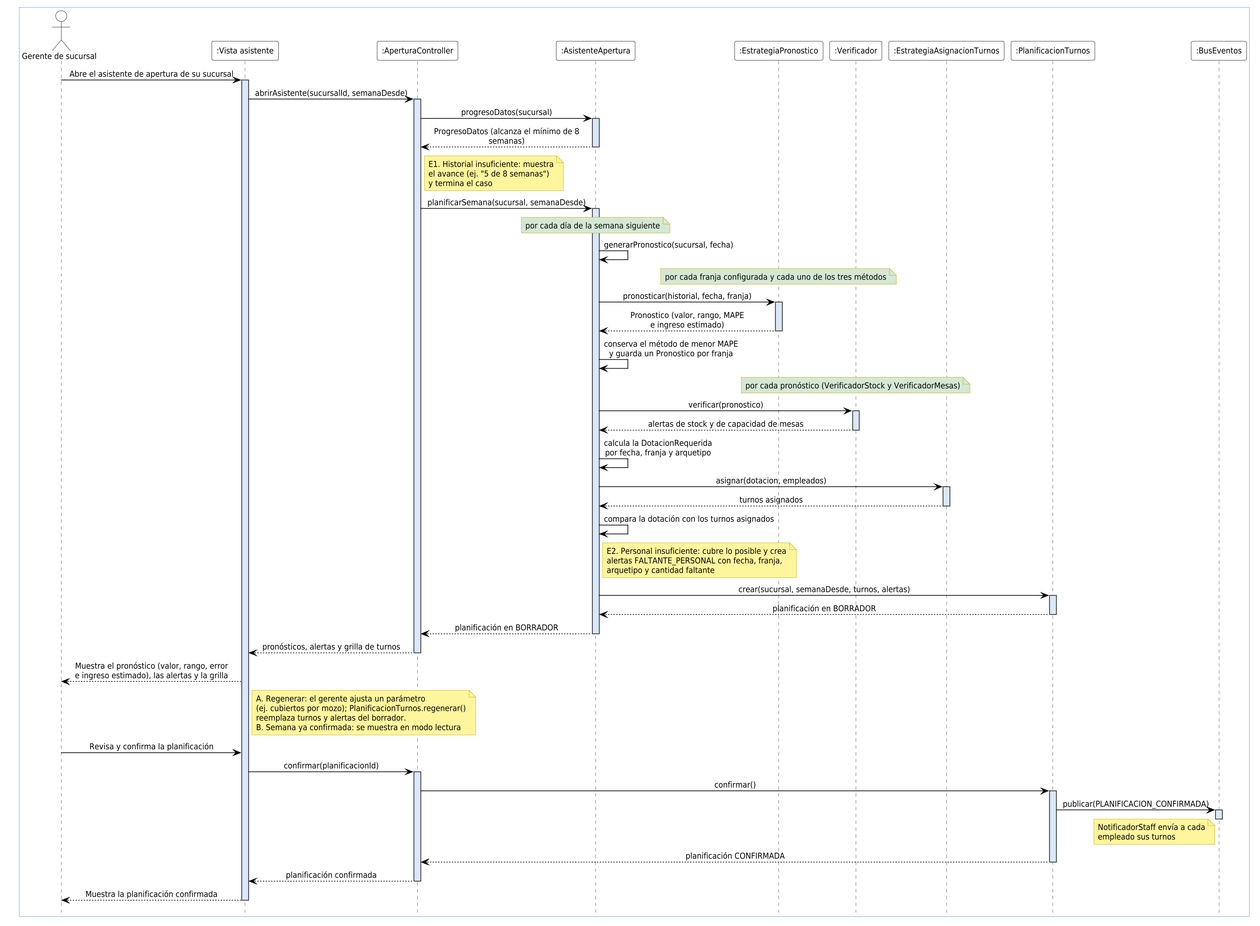
Before: docs/modelos/secuencia/CU-09-consultar-asistente-de-apertura/v1/cu-09-secuencia-v1.png, a diagram exported from PlantUML (GabrielLigresti/TFG-PGIM).
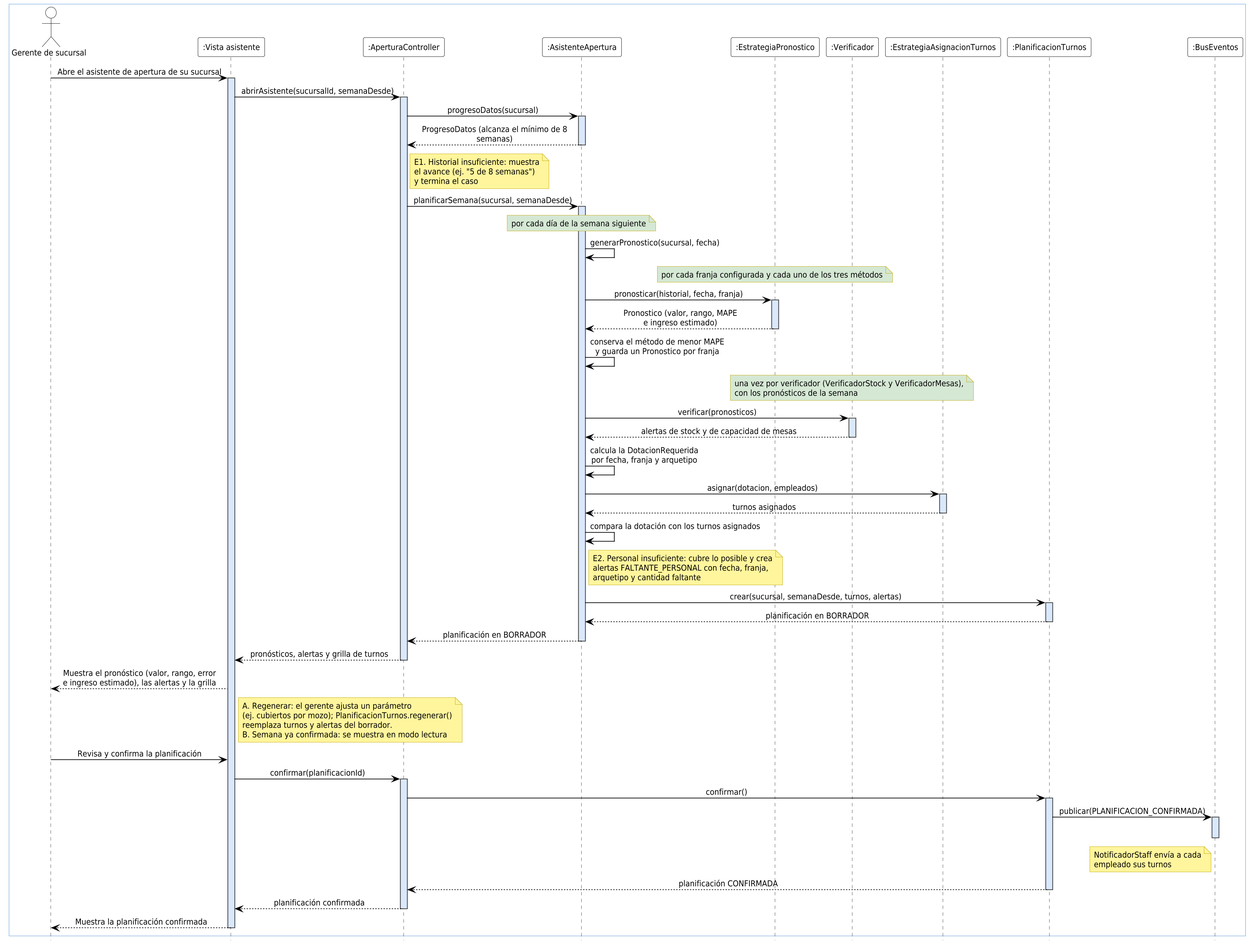
After the commit.

Commit message:
Actualizar los modelos para el Hito 7: verificadores por semana y alerta de inasistencia

Diff of the diagram source:
```diff
@@ -59,8 +59,8 @@
 deactivate EP
 AA -> AA : conserva el método de menor MAPE\ny guarda un Pronostico por franja
 
-note over VE #D5E8D4 : por cada pronóstico (VerificadorStock y VerificadorMesas)
-AA -> VE : verificar(pronostico)
+note over VE #D5E8D4 : una vez por verificador (VerificadorStock y VerificadorMesas),\ncon los pronósticos de la semana
+AA -> VE : verificar(pronosticos)
 activate VE
 VE --> AA : alertas de stock y de capacidad de mesas
 deactivate VE
```
